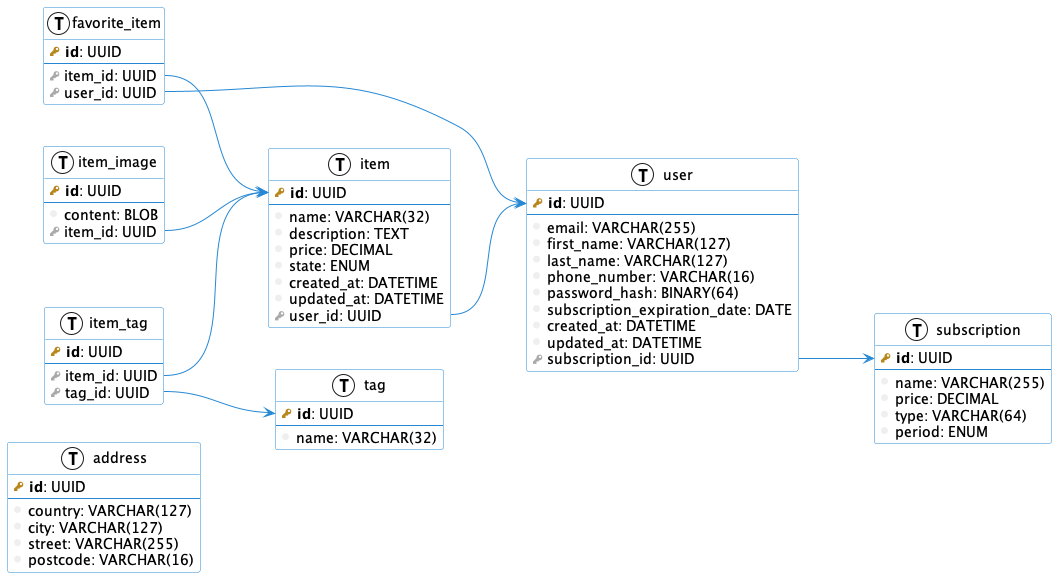
The PlantUML diagram db.png in danilshvalov/databases-lab, before a commit.
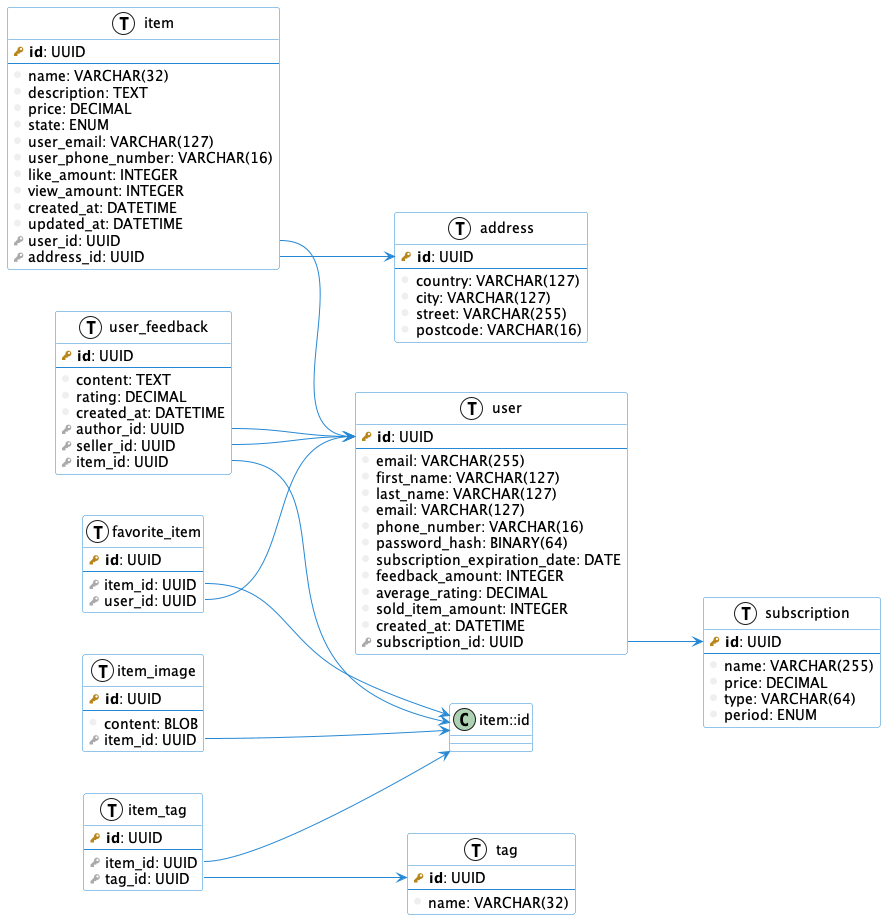
After the commit.

What changed in the source:
```diff
@@ -38,15 +38,33 @@
     column(email): VARCHAR(255)
     column(first_name): VARCHAR(127)
     column(last_name): VARCHAR(127)
+    column(email): VARCHAR(127)
     column(phone_number): VARCHAR(16)
     column(password_hash): BINARY(64)
     column(subscription_expiration_date): DATE
+    column(feedback_amount): INTEGER
+    column(average_rating): DECIMAL
+    column(sold_item_amount): INTEGER
     column(created_at): DATETIME
-    column(updated_at): DATETIME
     foreign_key(subscription_id): UUID
 }
 
 user::subscription_id --> subscription::id
+
+table(user_feedback) {
+    primary_key(id): UUID
+    --
+    column(content): TEXT
+    column(rating): DECIMAL
+    column(created_at): DATETIME
+    foreign_key(author_id): UUID
+    foreign_key(seller_id): UUID
+    foreign_key(item_id): UUID
+}
+
+user_feedback::author_id --> user::id
+user_feedback::seller_id --> user::id
+user_feedback::item_id --> item::id
 
 table(tag) {
     primary_key(id): UUID
@@ -61,13 +79,19 @@
     column(description): TEXT
     column(price): DECIMAL
     column(state): ENUM
+    column(user_email): VARCHAR(127)
+    column(user_phone_number): VARCHAR(16)
+    column(like_amount): INTEGER
+    column(view_amount): INTEGER
     column(created_at): DATETIME
     column(updated_at): DATETIME
     foreign_key(user_id): UUID
+    foreign_key(address_id): UUID
 }
 
 
 item::user_id --> user::id
+item::address_id --> address::id
 
 table(item_tag) {
     primary_key(id): UUID
```
